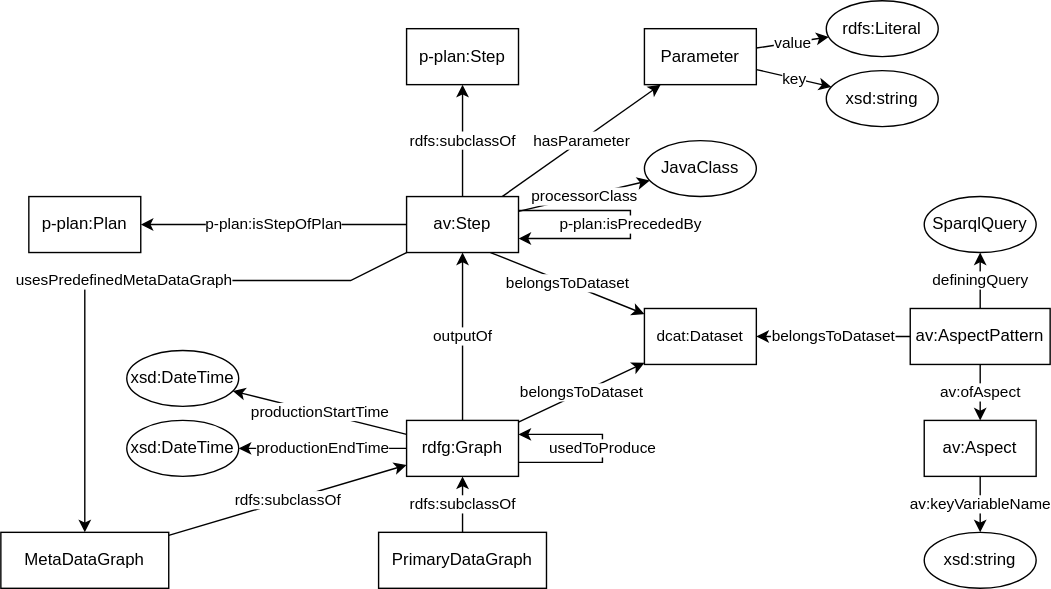
Earlier version of the draw.io export executionGraph.svg (fusion-jena/abecto-vocabulary). Source tidied: cells renumbered, new cells last; positions are measured from the earlier drawing's top-left corner, leaving out a move shared by most shapes.
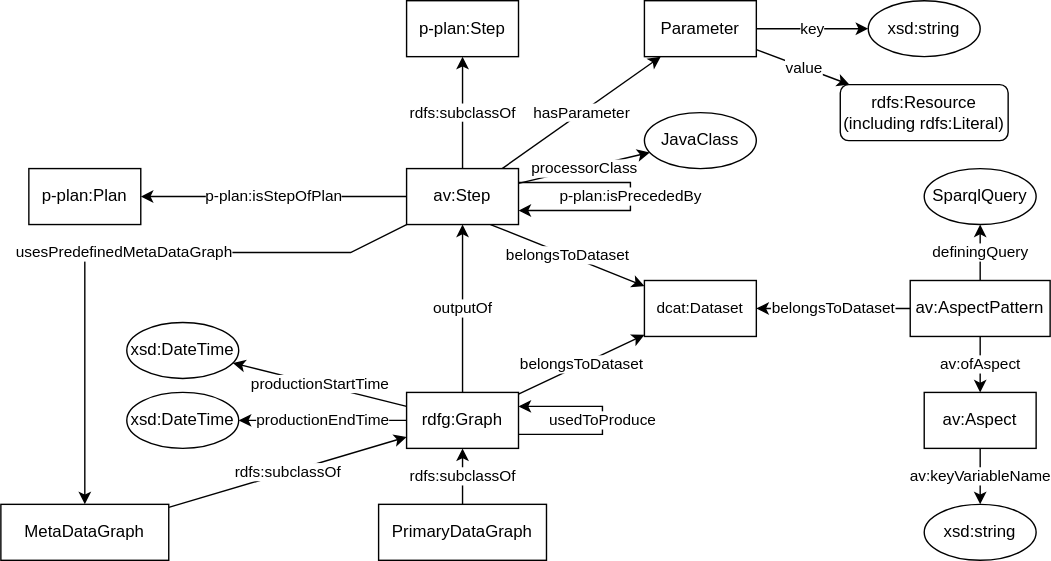
After the commit.

Change to the diagram source:
```diff
@@ -40,18 +40,15 @@
     <mxCell id="12" value="key" style="edgeStyle=none;rounded=0;jettySize=auto;html=1;" parent="1" edge="1" source="14" target="15">
       <mxGeometry relative="1" as="geometry" />
     </mxCell>
-    <mxCell id="13" value="value" style="edgeStyle=none;rounded=0;jettySize=auto;html=1;" parent="1" edge="1" source="14" target="16">
+    <mxCell id="13" value="value" style="edgeStyle=none;rounded=0;jettySize=auto;html=1;" parent="1" edge="1" source="14" target="39">
       <mxGeometry relative="1" as="geometry" />
     </mxCell>
     <mxCell id="14" value="Parameter" style="whiteSpace=wrap;html=1;" parent="1" vertex="1">
       <mxGeometry x="460" y="20" width="80" height="40" as="geometry" />
     </mxCell>
     <mxCell id="15" value="xsd:string" style="ellipse;whiteSpace=wrap;html=1;" parent="1" vertex="1">
-      <mxGeometry x="590" y="50" width="80" height="40" as="geometry" />
+      <mxGeometry x="620" y="20" width="80" height="40" as="geometry" />
     </mxCell>
-    <mxCell id="16" value="rdfs:Literal" style="ellipse;whiteSpace=wrap;html=1;" parent="1" vertex="1">
-      <mxGeometry x="590" width="80" height="40" as="geometry" />
-    </mxCell>
     <mxCell id="17" value="p-plan:isPrecededBy" style="endArrow=classic;html=1;rounded=0;" parent="1" edge="1">
       <mxGeometry relative="1" as="geometry">
         <mxPoint x="370" y="150" as="sourcePoint" />
@@ -130,5 +127,8 @@
     <mxCell id="38" value="rdfs:subclassOf" style="edgeStyle=none;rounded=0;jettySize=auto;html=1;" parent="1" edge="1" source="7" target="37">
       <mxGeometry relative="1" as="geometry" />
     </mxCell>
+    <mxCell id="39" value="rdfs:Resource (including rdfs:Literal)" style="whiteSpace=wrap;html=1;rounded=1;" parent="1" vertex="1">
+      <mxGeometry x="600" y="80" width="120" height="40" as="geometry" />
+    </mxCell>
   </root>
 </mxGraphModel>
```
